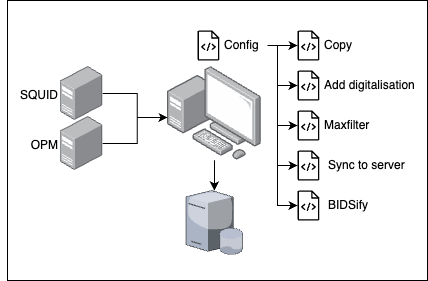
k-CIR/cir-wiki keeps this draw.io diagram as docs/resources/wiki_images/NatMEG-pipeline.drawio.png. Above is the earlier version. Source tidied: cells renumbered, new cells last; positions are measured from the earlier drawing's top-left corner, leaving out a move shared by most shapes. Its diagram source:
```xml
<mxGraphModel>
  <root>
    <mxCell id="0" />
    <mxCell id="1" parent="0" />
    <mxCell id="2" style="rounded=0;whiteSpace=wrap;html=1;labelBorderColor=default;" parent="1" vertex="1">
      <mxGeometry x="7" width="420" height="280" as="geometry" />
    </mxCell>
    <mxCell id="3" style="group;" parent="1" vertex="1">
      <mxGeometry x="297" y="30" width="110" height="30" as="geometry" />
    </mxCell>
    <mxCell id="4" style="sketch=0;outlineConnect=0;fontColor=#232F3E;gradientColor=none;fillColor=#000000;strokeColor=none;dashed=0;verticalLabelPosition=bottom;verticalAlign=top;align=center;html=1;fontSize=12;fontStyle=0;shape=mxgraph.aws4.source_code;labelBackgroundColor=#000000;" parent="3" vertex="1">
      <mxGeometry width="21.9" height="30" as="geometry" />
    </mxCell>
    <mxCell id="5" value="Copy" style="text;html=1;whiteSpace=wrap;strokeColor=none;fillColor=none;align=left;verticalAlign=middle;rounded=0;spacingLeft=5;" parent="3" vertex="1">
      <mxGeometry x="20" width="50" height="30" as="geometry" />
    </mxCell>
    <mxCell id="6" style="group;" parent="1" vertex="1">
      <mxGeometry x="297" y="110" width="90" height="30" as="geometry" />
    </mxCell>
    <mxCell id="7" style="sketch=0;outlineConnect=0;fontColor=#232F3E;gradientColor=none;fillColor=#000000;strokeColor=none;dashed=0;verticalLabelPosition=bottom;verticalAlign=top;align=center;html=1;fontSize=12;fontStyle=0;shape=mxgraph.aws4.source_code;" parent="6" vertex="1">
      <mxGeometry width="21.9" height="30" as="geometry" />
    </mxCell>
    <mxCell id="8" value="Maxfilter" style="text;html=1;whiteSpace=wrap;strokeColor=none;fillColor=none;align=left;verticalAlign=middle;rounded=0;spacingLeft=5;" parent="6" vertex="1">
      <mxGeometry x="20" width="70" height="30" as="geometry" />
    </mxCell>
    <mxCell id="9" style="group;" parent="1" vertex="1">
      <mxGeometry x="297" y="70" width="120" height="30" as="geometry" />
    </mxCell>
    <mxCell id="10" style="sketch=0;outlineConnect=0;fontColor=#232F3E;gradientColor=none;fillColor=#000000;strokeColor=none;dashed=0;verticalLabelPosition=bottom;verticalAlign=top;align=center;html=1;fontSize=12;fontStyle=0;shape=mxgraph.aws4.source_code;" parent="9" vertex="1">
      <mxGeometry width="21.9" height="30" as="geometry" />
    </mxCell>
    <mxCell id="11" value="Add digitalisation" style="text;html=1;whiteSpace=wrap;strokeColor=none;fillColor=none;align=left;verticalAlign=middle;rounded=0;spacingLeft=5;" parent="9" vertex="1">
      <mxGeometry x="20" width="100" height="30" as="geometry" />
    </mxCell>
    <mxCell id="12" style="group;" parent="1" vertex="1">
      <mxGeometry x="297" y="150" width="110" height="30" as="geometry" />
    </mxCell>
    <mxCell id="13" style="sketch=0;outlineConnect=0;fontColor=#232F3E;gradientColor=none;fillColor=light-dark(#000000, #121212);strokeColor=none;dashed=0;verticalLabelPosition=bottom;verticalAlign=top;align=center;html=1;fontSize=12;fontStyle=0;shape=mxgraph.aws4.source_code;" parent="12" vertex="1">
      <mxGeometry width="21.9" height="30" as="geometry" />
    </mxCell>
    <mxCell id="14" value="Sync to server" style="text;html=1;whiteSpace=wrap;strokeColor=none;fillColor=none;align=left;verticalAlign=middle;rounded=0;spacingLeft=5;" parent="12" vertex="1">
      <mxGeometry x="24.4" width="85.6" height="30" as="geometry" />
    </mxCell>
    <mxCell id="15" style="group;" parent="1" vertex="1">
      <mxGeometry x="297" y="190" width="110" height="30" as="geometry" />
    </mxCell>
    <mxCell id="16" style="sketch=0;outlineConnect=0;fontColor=#232F3E;gradientColor=none;fillColor=#000000;strokeColor=none;dashed=0;verticalLabelPosition=bottom;verticalAlign=top;align=center;html=1;fontSize=12;fontStyle=0;shape=mxgraph.aws4.source_code;" parent="15" vertex="1">
      <mxGeometry width="21.9" height="30" as="geometry" />
    </mxCell>
    <mxCell id="17" value="BIDSify" style="text;html=1;whiteSpace=wrap;strokeColor=none;fillColor=none;align=left;verticalAlign=middle;rounded=0;spacingLeft=5;" parent="15" vertex="1">
      <mxGeometry x="24.4" width="85.6" height="30" as="geometry" />
    </mxCell>
    <mxCell id="18" style="group;" parent="1" vertex="1">
      <mxGeometry x="59.6" y="66" width="201.1" height="104" as="geometry" />
    </mxCell>
    <mxCell id="19" style="image;points=[];html=1;align=center;shadow=0;dashed=0;image=img/lib/allied_telesis/computer_and_terminals/Server_Desktop.svg;" parent="18" vertex="1">
      <mxGeometry width="42.6" height="54" as="geometry" />
    </mxCell>
    <mxCell id="20" style="image;points=[];html=1;align=center;shadow=0;dashed=0;image=img/lib/allied_telesis/computer_and_terminals/Personal_Computer_with_Server.svg;" parent="18" vertex="1">
      <mxGeometry x="107.4" width="93.7" height="93.7" as="geometry" />
    </mxCell>
    <mxCell id="21" style="image;points=[];html=1;align=center;shadow=0;dashed=0;image=img/lib/allied_telesis/computer_and_terminals/Server_Desktop.svg;" parent="18" vertex="1">
      <mxGeometry y="50" width="42.6" height="54" as="geometry" />
    </mxCell>
    <mxCell id="22" style="edgeStyle=orthogonalEdgeStyle;rounded=0;jettySize=auto;html=1;" parent="18" edge="1" source="21" target="20">
      <mxGeometry relative="1" as="geometry">
        <Array as="points">
          <mxPoint x="77" y="77" />
          <mxPoint x="77" y="51" />
        </Array>
      </mxGeometry>
    </mxCell>
    <mxCell id="23" style="edgeStyle=orthogonalEdgeStyle;rounded=0;jettySize=auto;html=1;" parent="18" edge="1" source="19" target="20">
      <mxGeometry relative="1" as="geometry">
        <Array as="points">
          <mxPoint x="77" y="27" />
          <mxPoint x="77" y="51" />
        </Array>
      </mxGeometry>
    </mxCell>
    <mxCell id="24" style="verticalLabelPosition=bottom;sketch=0;html=1;verticalAlign=top;strokeColor=none;align=center;outlineConnect=0;shape=mxgraph.citrix.database_server;" parent="1" vertex="1">
      <mxGeometry x="185.4" y="190" width="56.9" height="64" as="geometry" />
    </mxCell>
    <mxCell id="25" style="edgeStyle=orthogonalEdgeStyle;rounded=0;jettySize=auto;html=1;" parent="1" edge="1" source="20" target="24">
      <mxGeometry relative="1" as="geometry" />
    </mxCell>
    <mxCell id="26" style="edgeStyle=orthogonalEdgeStyle;rounded=0;jettySize=auto;html=1;" parent="1" edge="1" source="33" target="4">
      <mxGeometry relative="1" as="geometry" />
    </mxCell>
    <mxCell id="27" style="edgeStyle=orthogonalEdgeStyle;rounded=0;jettySize=auto;html=1;" parent="1" edge="1" source="33" target="10">
      <mxGeometry relative="1" as="geometry">
        <Array as="points">
          <mxPoint x="277" y="45" />
          <mxPoint x="277" y="85" />
        </Array>
      </mxGeometry>
    </mxCell>
    <mxCell id="28" style="edgeStyle=orthogonalEdgeStyle;rounded=0;jettySize=auto;html=1;exitX=1;exitY=0.5;exitDx=0;exitDy=0;" parent="1" edge="1" source="33" target="7">
      <mxGeometry relative="1" as="geometry">
        <Array as="points">
          <mxPoint x="277" y="45" />
          <mxPoint x="277" y="125" />
        </Array>
      </mxGeometry>
    </mxCell>
    <mxCell id="29" style="edgeStyle=orthogonalEdgeStyle;rounded=0;jettySize=auto;html=1;" parent="1" edge="1" source="33" target="13">
      <mxGeometry relative="1" as="geometry">
        <Array as="points">
          <mxPoint x="277" y="45" />
          <mxPoint x="277" y="165" />
        </Array>
      </mxGeometry>
    </mxCell>
    <mxCell id="30" style="edgeStyle=orthogonalEdgeStyle;rounded=0;jettySize=auto;html=1;exitX=1;exitY=0.5;exitDx=0;exitDy=0;" parent="1" edge="1" source="33" target="16">
      <mxGeometry relative="1" as="geometry">
        <Array as="points">
          <mxPoint x="277" y="45" />
          <mxPoint x="277" y="205" />
        </Array>
      </mxGeometry>
    </mxCell>
    <mxCell id="31" style="group;" parent="1" vertex="1">
      <mxGeometry x="197" y="30" width="70" height="30" as="geometry" />
    </mxCell>
    <mxCell id="32" style="sketch=0;fontColor=#232F3E;gradientColor=none;fillColor=#000000;strokeColor=none;dashed=0;verticalLabelPosition=bottom;verticalAlign=top;align=center;html=1;fontSize=12;fontStyle=0;shape=mxgraph.aws4.source_code;" parent="31" vertex="1">
      <mxGeometry width="21.9" height="30" as="geometry" />
    </mxCell>
    <mxCell id="33" value="Config" style="text;html=1;whiteSpace=wrap;strokeColor=none;fillColor=none;align=left;verticalAlign=middle;rounded=0;spacingLeft=5;fontColor=default;" parent="31" vertex="1">
      <mxGeometry x="20" width="50" height="30" as="geometry" />
    </mxCell>
    <mxCell id="34" value="SQUID" style="text;html=1;align=right;verticalAlign=middle;whiteSpace=wrap;rounded=0;" parent="1" vertex="1">
      <mxGeometry x="-0.4" y="80" width="60" height="30" as="geometry" />
    </mxCell>
    <mxCell id="35" value="OPM" style="text;html=1;align=right;verticalAlign=middle;whiteSpace=wrap;rounded=0;" parent="1" vertex="1">
      <mxGeometry x="19.7" y="130" width="40" height="30" as="geometry" />
    </mxCell>
  </root>
</mxGraphModel>
```
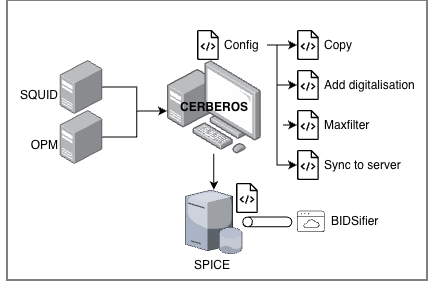
After the change.

Commit message:
Update NatMEG process image

Diff of the diagram source:
```diff
@@ -17,52 +17,55 @@
     <mxCell id="6" style="group;" parent="1" vertex="1">
       <mxGeometry x="297" y="110" width="90" height="30" as="geometry" />
     </mxCell>
-    <mxCell id="7" style="sketch=0;outlineConnect=0;fontColor=#232F3E;gradientColor=none;fillColor=#000000;strokeColor=none;dashed=0;verticalLabelPosition=bottom;verticalAlign=top;align=center;html=1;fontSize=12;fontStyle=0;shape=mxgraph.aws4.source_code;" parent="6" vertex="1">
-      <mxGeometry width="21.9" height="30" as="geometry" />
-    </mxCell>
+    <mxCell id="36" style="sketch=0;outlineConnect=0;fontColor=#232F3E;gradientColor=none;fillColor=#000000;strokeColor=none;dashed=0;verticalLabelPosition=bottom;verticalAlign=top;align=center;html=1;fontSize=12;fontStyle=0;shape=mxgraph.aws4.source_code;" parent="6" vertex="1">
+      <mxGeometry width="21.9" height="30" as="geometry" />
+    </mxCell>
     <mxCell id="8" value="Maxfilter" style="text;html=1;whiteSpace=wrap;strokeColor=none;fillColor=none;align=left;verticalAlign=middle;rounded=0;spacingLeft=5;" parent="6" vertex="1">
       <mxGeometry x="20" width="70" height="30" as="geometry" />
     </mxCell>
     <mxCell id="9" style="group;" parent="1" vertex="1">
       <mxGeometry x="297" y="70" width="120" height="30" as="geometry" />
     </mxCell>
-    <mxCell id="10" style="sketch=0;outlineConnect=0;fontColor=#232F3E;gradientColor=none;fillColor=#000000;strokeColor=none;dashed=0;verticalLabelPosition=bottom;verticalAlign=top;align=center;html=1;fontSize=12;fontStyle=0;shape=mxgraph.aws4.source_code;" parent="9" vertex="1">
-      <mxGeometry width="21.9" height="30" as="geometry" />
-    </mxCell>
+    <mxCell id="37" style="sketch=0;outlineConnect=0;fontColor=#232F3E;gradientColor=none;fillColor=#000000;strokeColor=none;dashed=0;verticalLabelPosition=bottom;verticalAlign=top;align=center;html=1;fontSize=12;fontStyle=0;shape=mxgraph.aws4.source_code;" parent="9" vertex="1">
+      <mxGeometry width="21.9" height="30" as="geometry" />
+    </mxCell>
     <mxCell id="11" value="Add digitalisation" style="text;html=1;whiteSpace=wrap;strokeColor=none;fillColor=none;align=left;verticalAlign=middle;rounded=0;spacingLeft=5;" parent="9" vertex="1">
       <mxGeometry x="20" width="100" height="30" as="geometry" />
     </mxCell>
     <mxCell id="12" style="group;" parent="1" vertex="1">
       <mxGeometry x="297" y="150" width="110" height="30" as="geometry" />
     </mxCell>
+    <mxCell id="14" value="Sync to server" style="text;html=1;whiteSpace=wrap;strokeColor=none;fillColor=none;align=left;verticalAlign=middle;rounded=0;spacingLeft=5;" parent="12" vertex="1">
+      <mxGeometry x="20" width="87.5" height="30" as="geometry" />
+    </mxCell>
     <mxCell id="13" style="sketch=0;outlineConnect=0;fontColor=#232F3E;gradientColor=none;fillColor=light-dark(#000000, #121212);strokeColor=none;dashed=0;verticalLabelPosition=bottom;verticalAlign=top;align=center;html=1;fontSize=12;fontStyle=0;shape=mxgraph.aws4.source_code;" parent="12" vertex="1">
       <mxGeometry width="21.9" height="30" as="geometry" />
     </mxCell>
-    <mxCell id="14" value="Sync to server" style="text;html=1;whiteSpace=wrap;strokeColor=none;fillColor=none;align=left;verticalAlign=middle;rounded=0;spacingLeft=5;" parent="12" vertex="1">
-      <mxGeometry x="24.4" width="85.6" height="30" as="geometry" />
-    </mxCell>
-    <mxCell id="15" style="group;" parent="1" vertex="1">
-      <mxGeometry x="297" y="190" width="110" height="30" as="geometry" />
-    </mxCell>
-    <mxCell id="16" style="sketch=0;outlineConnect=0;fontColor=#232F3E;gradientColor=none;fillColor=#000000;strokeColor=none;dashed=0;verticalLabelPosition=bottom;verticalAlign=top;align=center;html=1;fontSize=12;fontStyle=0;shape=mxgraph.aws4.source_code;" parent="15" vertex="1">
-      <mxGeometry width="21.9" height="30" as="geometry" />
-    </mxCell>
-    <mxCell id="17" value="BIDSify" style="text;html=1;whiteSpace=wrap;strokeColor=none;fillColor=none;align=left;verticalAlign=middle;rounded=0;spacingLeft=5;" parent="15" vertex="1">
-      <mxGeometry x="24.4" width="85.6" height="30" as="geometry" />
-    </mxCell>
-    <mxCell id="18" style="group;" parent="1" vertex="1">
-      <mxGeometry x="59.6" y="66" width="201.1" height="104" as="geometry" />
-    </mxCell>
+    <mxCell id="38" style="sketch=0;fontColor=#232F3E;gradientColor=none;fillColor=#000000;strokeColor=none;dashed=0;verticalLabelPosition=bottom;verticalAlign=top;align=center;html=1;fontSize=12;fontStyle=0;shape=mxgraph.aws4.source_code;" parent="12" vertex="1">
+      <mxGeometry width="21.9" height="30" as="geometry" />
+    </mxCell>
+    <mxCell id="39" style="group;" parent="1" vertex="1">
+      <mxGeometry x="297" y="207" width="120" height="33" as="geometry" />
+    </mxCell>
+    <mxCell id="40" value="BIDSifier" style="text;html=1;whiteSpace=wrap;strokeColor=none;fillColor=none;align=left;verticalAlign=middle;rounded=0;spacingLeft=5;" parent="39" vertex="1">
+      <mxGeometry x="26.7" width="93.3" height="28.9" as="geometry" />
+    </mxCell>
+    <mxCell id="41" style="sketch=0;verticalLabelPosition=bottom;sketch=0;html=1;verticalAlign=top;strokeColor=none;fillColor=#000000;align=center;shape=mxgraph.citrix2.web_saas_apps;" parent="39" vertex="1">
+      <mxGeometry y="3.8" width="27.7" height="21.3" as="geometry" />
+    </mxCell>
+    <mxCell id="42" style="group;" parent="1" vertex="1">
+      <mxGeometry x="59.6" y="60" width="201.1" height="104" as="geometry" />
+    </mxCell>
-    <mxCell id="19" style="image;points=[];html=1;align=center;shadow=0;dashed=0;image=img/lib/allied_telesis/computer_and_terminals/Server_Desktop.svg;" parent="18" vertex="1">
+    <mxCell id="19" style="image;points=[];html=1;align=center;shadow=0;dashed=0;image=img/lib/allied_telesis/computer_and_terminals/Server_Desktop.svg;" parent="42" vertex="1">
       <mxGeometry width="42.6" height="54" as="geometry" />
     </mxCell>
-    <mxCell id="20" style="image;points=[];html=1;align=center;shadow=0;dashed=0;image=img/lib/allied_telesis/computer_and_terminals/Personal_Computer_with_Server.svg;" parent="18" vertex="1">
+    <mxCell id="20" style="image;points=[];html=1;align=center;shadow=0;dashed=0;image=img/lib/allied_telesis/computer_and_terminals/Personal_Computer_with_Server.svg;" parent="42" vertex="1">
       <mxGeometry x="107.4" width="93.7" height="93.7" as="geometry" />
     </mxCell>
-    <mxCell id="21" style="image;points=[];html=1;align=center;shadow=0;dashed=0;image=img/lib/allied_telesis/computer_and_terminals/Server_Desktop.svg;" parent="18" vertex="1">
+    <mxCell id="21" style="image;points=[];html=1;align=center;shadow=0;dashed=0;image=img/lib/allied_telesis/computer_and_terminals/Server_Desktop.svg;" parent="42" vertex="1">
       <mxGeometry y="50" width="42.6" height="54" as="geometry" />
     </mxCell>
-    <mxCell id="22" style="edgeStyle=orthogonalEdgeStyle;rounded=0;jettySize=auto;html=1;" parent="18" edge="1" source="21" target="20">
+    <mxCell id="22" style="edgeStyle=orthogonalEdgeStyle;rounded=0;jettySize=auto;html=1;" parent="42" edge="1" source="21" target="20">
       <mxGeometry relative="1" as="geometry">
         <Array as="points">
           <mxPoint x="77" y="77" />
@@ -70,7 +73,7 @@
         </Array>
       </mxGeometry>
     </mxCell>
-    <mxCell id="23" style="edgeStyle=orthogonalEdgeStyle;rounded=0;jettySize=auto;html=1;" parent="18" edge="1" source="19" target="20">
+    <mxCell id="23" style="edgeStyle=orthogonalEdgeStyle;rounded=0;jettySize=auto;html=1;" parent="42" edge="1" source="19" target="20">
       <mxGeometry relative="1" as="geometry">
         <Array as="points">
           <mxPoint x="77" y="27" />
@@ -78,6 +81,9 @@
         </Array>
       </mxGeometry>
     </mxCell>
+    <mxCell id="43" value="CERBEROS" style="text;html=1;whiteSpace=wrap;align=center;verticalAlign=middle;rounded=0;fontColor=#000000;fontStyle=1;" parent="42" vertex="1">
+      <mxGeometry x="124.2" y="31.9" width="60" height="30" as="geometry" />
+    </mxCell>
     <mxCell id="24" style="verticalLabelPosition=bottom;sketch=0;html=1;verticalAlign=top;strokeColor=none;align=center;outlineConnect=0;shape=mxgraph.citrix.database_server;" parent="1" vertex="1">
       <mxGeometry x="185.4" y="190" width="56.9" height="64" as="geometry" />
     </mxCell>
@@ -87,22 +93,22 @@
     <mxCell id="26" style="edgeStyle=orthogonalEdgeStyle;rounded=0;jettySize=auto;html=1;" parent="1" edge="1" source="33" target="4">
       <mxGeometry relative="1" as="geometry" />
     </mxCell>
-    <mxCell id="27" style="edgeStyle=orthogonalEdgeStyle;rounded=0;jettySize=auto;html=1;" parent="1" edge="1" source="33" target="10">
-      <mxGeometry relative="1" as="geometry">
-        <Array as="points">
-          <mxPoint x="277" y="45" />
-          <mxPoint x="277" y="85" />
-        </Array>
-      </mxGeometry>
-    </mxCell>
-    <mxCell id="28" style="edgeStyle=orthogonalEdgeStyle;rounded=0;jettySize=auto;html=1;exitX=1;exitY=0.5;exitDx=0;exitDy=0;" parent="1" edge="1" source="33" target="7">
-      <mxGeometry relative="1" as="geometry">
-        <Array as="points">
-          <mxPoint x="277" y="45" />
-          <mxPoint x="277" y="125" />
-        </Array>
-      </mxGeometry>
-    </mxCell>
+    <mxCell id="44" style="edgeStyle=orthogonalEdgeStyle;rounded=0;jettySize=auto;html=1;" parent="1" edge="1" source="33" target="37">
+      <mxGeometry relative="1" as="geometry">
+        <Array as="points">
+          <mxPoint x="277" y="45" />
+          <mxPoint x="277" y="85" />
+        </Array>
+      </mxGeometry>
+    </mxCell>
+    <mxCell id="45" style="edgeStyle=orthogonalEdgeStyle;rounded=0;jettySize=auto;html=1;exitX=1;exitY=0.5;exitDx=0;exitDy=0;dashed=1;dashPattern=8 8;" parent="1" edge="1" source="33" target="36">
+      <mxGeometry relative="1" as="geometry">
+        <Array as="points">
+          <mxPoint x="277" y="45" />
+          <mxPoint x="277" y="125" />
+        </Array>
+      </mxGeometry>
+    </mxCell>
     <mxCell id="29" style="edgeStyle=orthogonalEdgeStyle;rounded=0;jettySize=auto;html=1;" parent="1" edge="1" source="33" target="13">
       <mxGeometry relative="1" as="geometry">
         <Array as="points">
@@ -111,20 +117,12 @@
         </Array>
       </mxGeometry>
     </mxCell>
-    <mxCell id="30" style="edgeStyle=orthogonalEdgeStyle;rounded=0;jettySize=auto;html=1;exitX=1;exitY=0.5;exitDx=0;exitDy=0;" parent="1" edge="1" source="33" target="16">
-      <mxGeometry relative="1" as="geometry">
-        <Array as="points">
-          <mxPoint x="277" y="45" />
-          <mxPoint x="277" y="205" />
-        </Array>
-      </mxGeometry>
-    </mxCell>
     <mxCell id="31" style="group;" parent="1" vertex="1">
       <mxGeometry x="197" y="30" width="70" height="30" as="geometry" />
     </mxCell>
-    <mxCell id="32" style="sketch=0;fontColor=#232F3E;gradientColor=none;fillColor=#000000;strokeColor=none;dashed=0;verticalLabelPosition=bottom;verticalAlign=top;align=center;html=1;fontSize=12;fontStyle=0;shape=mxgraph.aws4.source_code;" parent="31" vertex="1">
-      <mxGeometry width="21.9" height="30" as="geometry" />
-    </mxCell>
+    <mxCell id="46" style="sketch=0;fontColor=#232F3E;gradientColor=none;fillColor=#000000;strokeColor=none;dashed=0;verticalLabelPosition=bottom;verticalAlign=top;align=center;html=1;fontSize=12;fontStyle=0;shape=mxgraph.aws4.source_code;" parent="31" vertex="1">
+      <mxGeometry width="21.9" height="30" as="geometry" />
+    </mxCell>
     <mxCell id="33" value="Config" style="text;html=1;whiteSpace=wrap;strokeColor=none;fillColor=none;align=left;verticalAlign=middle;rounded=0;spacingLeft=5;fontColor=default;" parent="31" vertex="1">
       <mxGeometry x="20" width="50" height="30" as="geometry" />
     </mxCell>
@@ -134,5 +132,14 @@
     <mxCell id="35" value="OPM" style="text;html=1;align=right;verticalAlign=middle;whiteSpace=wrap;rounded=0;" parent="1" vertex="1">
       <mxGeometry x="19.7" y="130" width="40" height="30" as="geometry" />
     </mxCell>
+    <mxCell id="47" value="SPICE" style="text;html=1;whiteSpace=wrap;strokeColor=none;fillColor=none;align=center;verticalAlign=middle;rounded=0;" parent="1" vertex="1">
+      <mxGeometry x="182.3" y="250" width="60" height="30" as="geometry" />
+    </mxCell>
+    <mxCell id="48" style="sketch=0;verticalLabelPosition=bottom;sketch=0;html=1;verticalAlign=top;strokeColor=none;fillColor=#000000;align=center;shape=mxgraph.citrix2.tunnel;" parent="1" vertex="1">
+      <mxGeometry x="242.3" y="216.6" width="50" height="10.8" as="geometry" />
+    </mxCell>
+    <mxCell id="49" style="sketch=0;fontColor=#232F3E;gradientColor=none;fillColor=#000000;strokeColor=none;dashed=0;verticalLabelPosition=bottom;verticalAlign=top;align=center;html=1;fontSize=12;fontStyle=0;shape=mxgraph.aws4.source_code;" parent="1" vertex="1">
+      <mxGeometry x="236" y="183" width="21.9" height="30" as="geometry" />
+    </mxCell>
   </root>
 </mxGraphModel>
```
